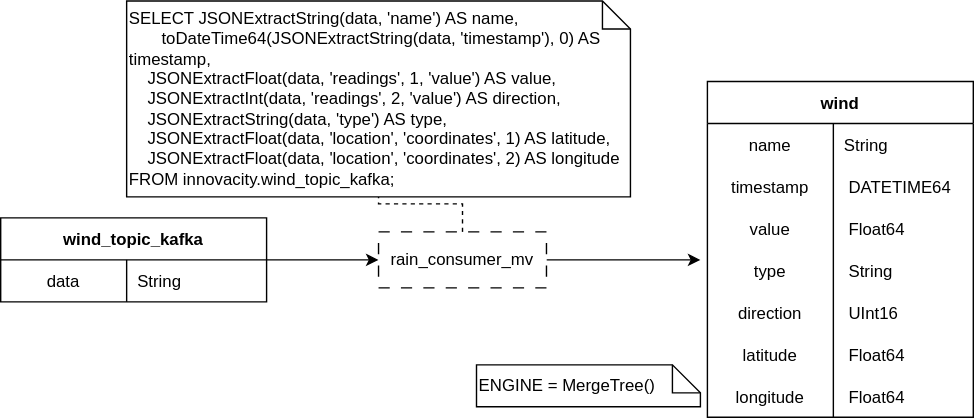
Above: src/3_PB/SpecificheTecniche/DBscheme/DB_Wind.svg in SWATEngineering/Docs (draw.io), before the change. Source tidied: cells renumbered, new cells last; positions are measured from the earlier drawing's top-left corner, leaving out a move shared by most shapes. The source it was exported from:
```xml
<mxGraphModel>
  <root>
    <mxCell id="0" />
    <mxCell id="1" parent="0" />
    <mxCell id="2" style="edgeStyle=orthogonalEdgeStyle;rounded=0;jettySize=auto;html=1;" parent="1" edge="1" source="3" target="31">
      <mxGeometry relative="1" as="geometry" />
    </mxCell>
    <mxCell id="3" value="wind_topic_kafka" style="shape=table;startSize=30;rowLines=0;fontStyle=1;align=center;" parent="1" vertex="1">
      <mxGeometry y="155" width="190" height="60" as="geometry" />
    </mxCell>
    <mxCell id="4" style="shape=tableRow;horizontal=0;startSize=0;swimlaneHead=0;swimlaneBody=0;fillColor=none;strokeColor=inherit;top=0;left=0;right=0;bottom=0;" parent="3" vertex="1">
      <mxGeometry y="30" width="190" height="30" as="geometry" />
    </mxCell>
    <mxCell id="5" value="data" style="shape=partialRectangle;overflow=hidden;fillColor=none;strokeColor=inherit;top=0;left=0;bottom=0;right=0;" parent="4" vertex="1">
      <mxGeometry width="90" height="30" as="geometry" />
    </mxCell>
    <mxCell id="6" value="String" style="shape=partialRectangle;overflow=hidden;fillColor=none;align=left;strokeColor=inherit;top=0;left=0;bottom=0;right=0;spacingLeft=6;" parent="4" vertex="1">
      <mxGeometry x="90" width="100" height="30" as="geometry" />
    </mxCell>
    <mxCell id="7" value="wind" style="shape=table;startSize=30;rowLines=0;fontStyle=1;align=center;" parent="1" vertex="1">
      <mxGeometry x="505" y="57.5" width="190" height="240" as="geometry" />
    </mxCell>
    <mxCell id="8" style="shape=tableRow;horizontal=0;startSize=0;swimlaneHead=0;swimlaneBody=0;fillColor=none;strokeColor=inherit;top=0;left=0;right=0;bottom=0;" parent="7" vertex="1">
      <mxGeometry y="30" width="190" height="30" as="geometry" />
    </mxCell>
    <mxCell id="9" value="name" style="shape=partialRectangle;overflow=hidden;fillColor=none;strokeColor=inherit;top=0;left=0;bottom=0;right=0;" parent="8" vertex="1">
      <mxGeometry width="90" height="30" as="geometry" />
    </mxCell>
    <mxCell id="10" value="String" style="shape=partialRectangle;overflow=hidden;fillColor=none;align=left;strokeColor=inherit;top=0;left=0;bottom=0;right=0;spacingLeft=6;" parent="8" vertex="1">
      <mxGeometry x="90" width="100" height="30" as="geometry" />
    </mxCell>
    <mxCell id="11" style="shape=tableRow;horizontal=0;startSize=0;swimlaneHead=0;swimlaneBody=0;fillColor=none;strokeColor=inherit;top=0;left=0;right=0;bottom=0;" parent="7" vertex="1">
      <mxGeometry y="60" width="190" height="30" as="geometry" />
    </mxCell>
    <mxCell id="12" value="timestamp" style="shape=partialRectangle;overflow=hidden;fillColor=none;strokeColor=inherit;top=0;left=0;bottom=0;right=0;" parent="11" vertex="1">
      <mxGeometry width="90" height="30" as="geometry" />
    </mxCell>
    <mxCell id="13" value=" DATETIME64" style="shape=partialRectangle;overflow=hidden;fillColor=none;align=left;strokeColor=inherit;top=0;left=0;bottom=0;right=0;spacingLeft=6;" parent="11" vertex="1">
      <mxGeometry x="90" width="100" height="30" as="geometry" />
    </mxCell>
    <mxCell id="14" style="shape=tableRow;horizontal=0;startSize=0;swimlaneHead=0;swimlaneBody=0;fillColor=none;strokeColor=inherit;top=0;left=0;right=0;bottom=0;" parent="7" vertex="1">
      <mxGeometry y="90" width="190" height="30" as="geometry" />
    </mxCell>
    <mxCell id="15" value="value" style="shape=partialRectangle;overflow=hidden;fillColor=none;strokeColor=inherit;top=0;left=0;bottom=0;right=0;" parent="14" vertex="1">
      <mxGeometry width="90" height="30" as="geometry" />
    </mxCell>
    <mxCell id="16" value=" Float64" style="shape=partialRectangle;overflow=hidden;fillColor=none;align=left;strokeColor=inherit;top=0;left=0;bottom=0;right=0;spacingLeft=6;" parent="14" vertex="1">
      <mxGeometry x="90" width="100" height="30" as="geometry" />
    </mxCell>
    <mxCell id="17" style="shape=tableRow;horizontal=0;startSize=0;swimlaneHead=0;swimlaneBody=0;fillColor=none;strokeColor=inherit;top=0;left=0;right=0;bottom=0;" parent="7" vertex="1">
      <mxGeometry y="120" width="190" height="30" as="geometry" />
    </mxCell>
    <mxCell id="18" value="type" style="shape=partialRectangle;overflow=hidden;fillColor=none;strokeColor=inherit;top=0;left=0;bottom=0;right=0;" parent="17" vertex="1">
      <mxGeometry width="90" height="30" as="geometry" />
    </mxCell>
    <mxCell id="19" value=" String" style="shape=partialRectangle;overflow=hidden;fillColor=none;align=left;strokeColor=inherit;top=0;left=0;bottom=0;right=0;spacingLeft=6;" parent="17" vertex="1">
      <mxGeometry x="90" width="100" height="30" as="geometry" />
    </mxCell>
    <mxCell id="20" style="shape=tableRow;horizontal=0;startSize=0;swimlaneHead=0;swimlaneBody=0;fillColor=none;strokeColor=inherit;top=0;left=0;right=0;bottom=0;" parent="7" vertex="1">
      <mxGeometry y="150" width="190" height="30" as="geometry" />
    </mxCell>
    <mxCell id="21" value="direction" style="shape=partialRectangle;overflow=hidden;fillColor=none;strokeColor=inherit;top=0;left=0;bottom=0;right=0;" parent="20" vertex="1">
      <mxGeometry width="90" height="30" as="geometry" />
    </mxCell>
    <mxCell id="22" value=" UInt16" style="shape=partialRectangle;overflow=hidden;fillColor=none;align=left;strokeColor=inherit;top=0;left=0;bottom=0;right=0;spacingLeft=6;" parent="20" vertex="1">
      <mxGeometry x="90" width="100" height="30" as="geometry" />
    </mxCell>
    <mxCell id="23" style="shape=tableRow;horizontal=0;startSize=0;swimlaneHead=0;swimlaneBody=0;fillColor=none;strokeColor=inherit;top=0;left=0;right=0;bottom=0;" parent="7" vertex="1">
      <mxGeometry y="180" width="190" height="30" as="geometry" />
    </mxCell>
    <mxCell id="24" value="latitude" style="shape=partialRectangle;overflow=hidden;fillColor=none;strokeColor=inherit;top=0;left=0;bottom=0;right=0;" parent="23" vertex="1">
      <mxGeometry width="90" height="30" as="geometry" />
    </mxCell>
    <mxCell id="25" value=" Float64" style="shape=partialRectangle;overflow=hidden;fillColor=none;align=left;strokeColor=inherit;top=0;left=0;bottom=0;right=0;spacingLeft=6;" parent="23" vertex="1">
      <mxGeometry x="90" width="100" height="30" as="geometry" />
    </mxCell>
    <mxCell id="26" style="shape=tableRow;horizontal=0;startSize=0;swimlaneHead=0;swimlaneBody=0;fillColor=none;strokeColor=inherit;top=0;left=0;right=0;bottom=0;" parent="7" vertex="1">
      <mxGeometry y="210" width="190" height="30" as="geometry" />
    </mxCell>
    <mxCell id="27" value="longitude" style="shape=partialRectangle;overflow=hidden;fillColor=none;strokeColor=inherit;top=0;left=0;bottom=0;right=0;" parent="26" vertex="1">
      <mxGeometry width="90" height="30" as="geometry" />
    </mxCell>
    <mxCell id="28" value=" Float64" style="shape=partialRectangle;overflow=hidden;fillColor=none;align=left;strokeColor=inherit;top=0;left=0;bottom=0;right=0;spacingLeft=6;" parent="26" vertex="1">
      <mxGeometry x="90" width="100" height="30" as="geometry" />
    </mxCell>
    <mxCell id="29" style="edgeStyle=orthogonalEdgeStyle;rounded=0;jettySize=auto;html=1;" parent="1" edge="1" source="31">
      <mxGeometry relative="1" as="geometry">
        <mxPoint x="500" y="185" as="targetPoint" />
      </mxGeometry>
    </mxCell>
    <mxCell id="30" style="edgeStyle=orthogonalEdgeStyle;rounded=0;jettySize=auto;html=1;endArrow=none;endFill=0;dashed=1;" parent="1" edge="1" source="31" target="32">
      <mxGeometry relative="1" as="geometry" />
    </mxCell>
    <mxCell id="31" value="rain_consumer_mv" style="whiteSpace=wrap;html=1;align=center;dashed=1;dashPattern=8 8;" parent="1" vertex="1">
      <mxGeometry x="270" y="165" width="120" height="40" as="geometry" />
    </mxCell>
    <mxCell id="32" value="SELECT JSONExtractString(data, 'name') AS name,&lt;br&gt;&amp;nbsp;&amp;nbsp;&amp;nbsp;&amp;nbsp;&amp;nbsp;&amp;nbsp; toDateTime64(JSONExtractString(data, 'timestamp'), 0) AS timestamp,&lt;br&gt;&amp;nbsp;&amp;nbsp;&amp;nbsp; JSONExtractFloat(data, 'readings', 1, 'value') AS value,&lt;br&gt;&amp;nbsp;&amp;nbsp;&amp;nbsp; JSONExtractInt(data, 'readings', 2, 'value') AS direction,&lt;br&gt;&amp;nbsp;&amp;nbsp;&amp;nbsp; JSONExtractString(data, 'type') AS type,&lt;br&gt;&amp;nbsp;&amp;nbsp;&amp;nbsp; JSONExtractFloat(data, 'location', 'coordinates', 1) AS latitude,&lt;br&gt;&amp;nbsp;&amp;nbsp;&amp;nbsp; JSONExtractFloat(data, 'location', 'coordinates', 2) AS longitude&lt;br&gt;FROM innovacity.wind_topic_kafka;" style="shape=note;size=20;whiteSpace=wrap;html=1;align=left;" parent="1" vertex="1">
      <mxGeometry x="90" width="360" height="140" as="geometry" />
    </mxCell>
    <mxCell id="33" value="&lt;div align=&quot;left&quot;&gt;ENGINE = MergeTree()&lt;/div&gt;" style="shape=note;size=20;whiteSpace=wrap;html=1;align=left;" parent="1" vertex="1">
      <mxGeometry x="340" y="260" width="160" height="30" as="geometry" />
    </mxCell>
  </root>
</mxGraphModel>
```
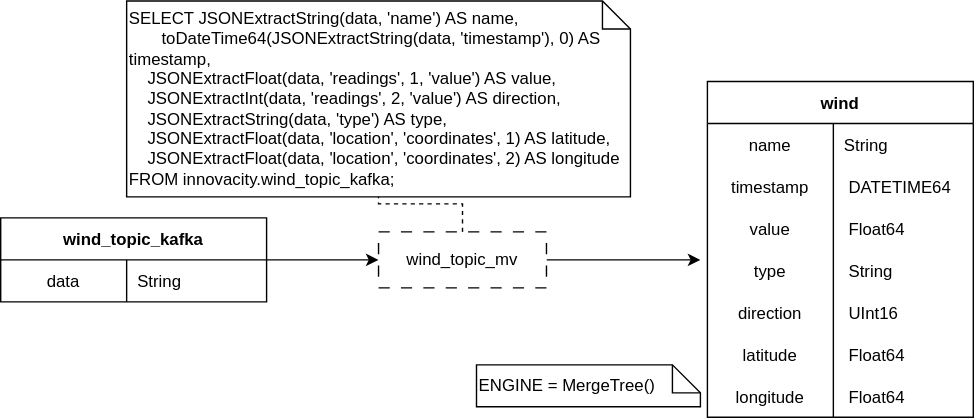
After the change.

Diff of the diagram source:
```diff
@@ -91,7 +91,7 @@
     <mxCell id="30" style="edgeStyle=orthogonalEdgeStyle;rounded=0;jettySize=auto;html=1;endArrow=none;endFill=0;dashed=1;" parent="1" edge="1" source="31" target="32">
       <mxGeometry relative="1" as="geometry" />
     </mxCell>
-    <mxCell id="31" value="rain_consumer_mv" style="whiteSpace=wrap;html=1;align=center;dashed=1;dashPattern=8 8;" parent="1" vertex="1">
+    <mxCell id="31" value="wind_topic_mv" style="whiteSpace=wrap;html=1;align=center;dashed=1;dashPattern=8 8;" parent="1" vertex="1">
       <mxGeometry x="270" y="165" width="120" height="40" as="geometry" />
     </mxCell>
     <mxCell id="32" value="SELECT JSONExtractString(data, 'name') AS name,&lt;br&gt;&amp;nbsp;&amp;nbsp;&amp;nbsp;&amp;nbsp;&amp;nbsp;&amp;nbsp; toDateTime64(JSONExtractString(data, 'timestamp'), 0) AS timestamp,&lt;br&gt;&amp;nbsp;&amp;nbsp;&amp;nbsp; JSONExtractFloat(data, 'readings', 1, 'value') AS value,&lt;br&gt;&amp;nbsp;&amp;nbsp;&amp;nbsp; JSONExtractInt(data, 'readings', 2, 'value') AS direction,&lt;br&gt;&amp;nbsp;&amp;nbsp;&amp;nbsp; JSONExtractString(data, 'type') AS type,&lt;br&gt;&amp;nbsp;&amp;nbsp;&amp;nbsp; JSONExtractFloat(data, 'location', 'coordinates', 1) AS latitude,&lt;br&gt;&amp;nbsp;&amp;nbsp;&amp;nbsp; JSONExtractFloat(data, 'location', 'coordinates', 2) AS longitude&lt;br&gt;FROM innovacity.wind_topic_kafka;" style="shape=note;size=20;whiteSpace=wrap;html=1;align=left;" parent="1" vertex="1">
```
